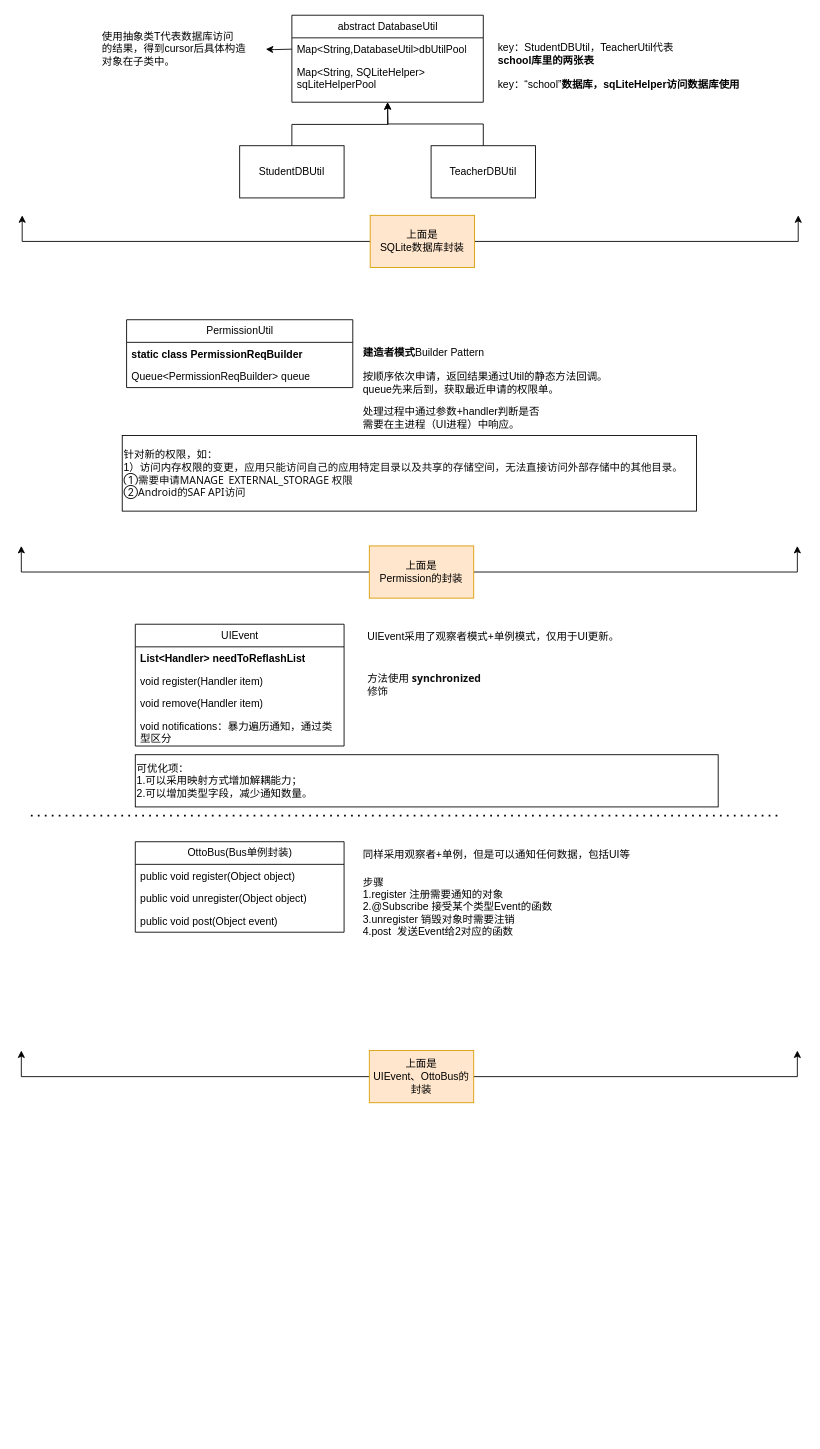
Earlier version of the draw.io diagram WorkRecord/项目相关问题.drawio (baizhu0414/Diagrams). Source tidied: cells renumbered, new cells numbered last; positions are measured from the earlier drawing's top-left corner, leaving out a move shared by most shapes. Both pictures are drawn from the tidied source at 87%, with x=0, y=0 at pixel (21, 15).
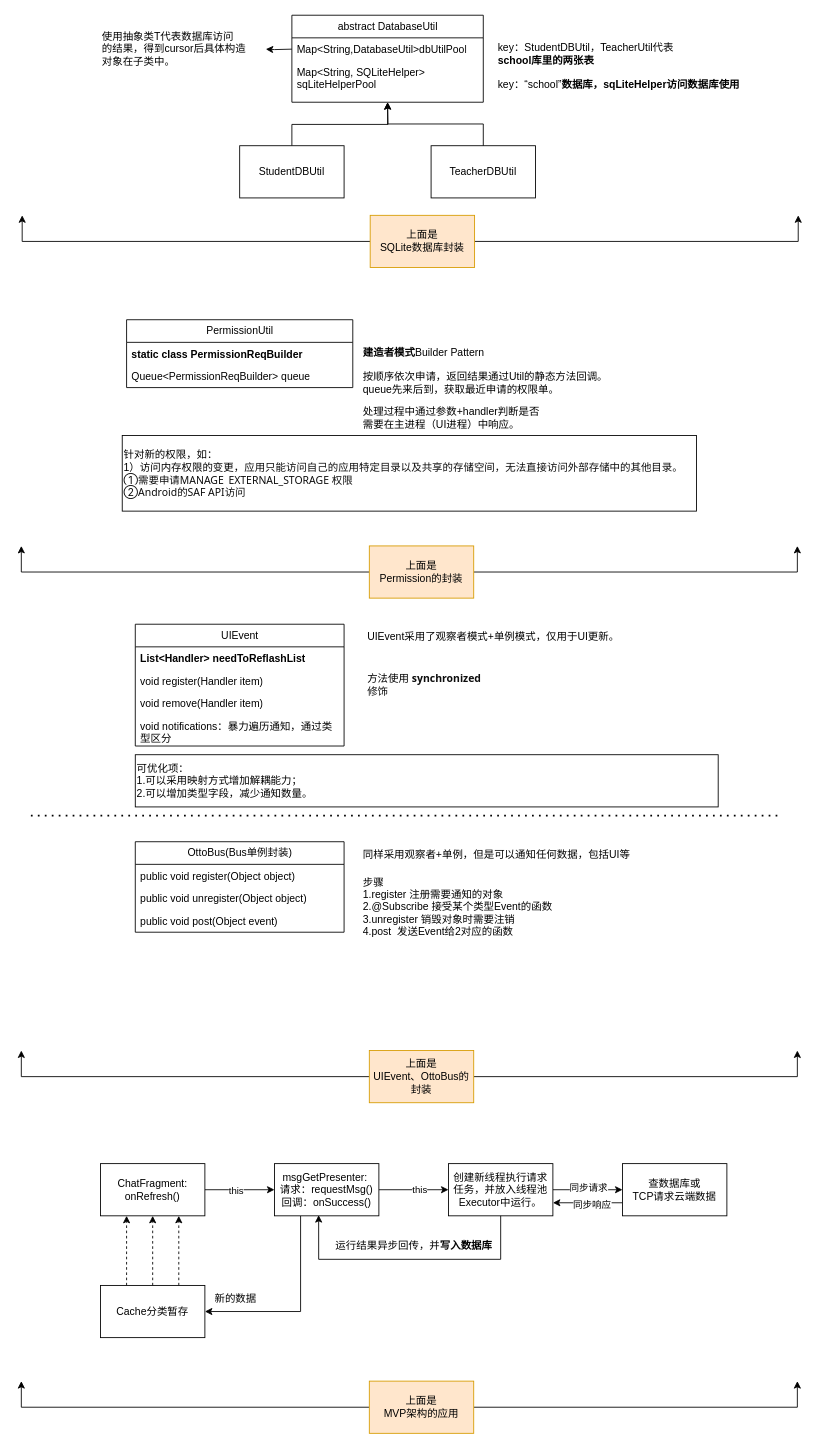
After the change.

Commit message:
更新项目相关问题.drawio

The edit, as a diff of the source:
```diff
@@
+    <mxCell id="44" style="edgeStyle=orthogonalEdgeStyle;rounded=0;jettySize=auto;html=1;" parent="1" edge="1" source="46" target="50">
+      <mxGeometry relative="1" as="geometry" />
+    </mxCell>
+    <mxCell id="45" value="this" style="edgeLabel;html=1;align=center;verticalAlign=middle;" parent="44" vertex="1">
+      <mxGeometry x="-0.13" relative="1" as="geometry" />
+    </mxCell>
+    <mxCell id="46" value="ChatFragment: onRefresh()" style="whiteSpace=wrap;html=1;" parent="1" vertex="1">
+      <mxGeometry x="91" y="1320" width="120" height="60" as="geometry" />
+    </mxCell>
+    <mxCell id="47" style="edgeStyle=orthogonalEdgeStyle;rounded=0;jettySize=auto;html=1;" parent="1" edge="1" source="50" target="53">
+      <mxGeometry relative="1" as="geometry" />
+    </mxCell>
+    <mxCell id="48" value="this" style="edgeLabel;html=1;align=center;verticalAlign=middle;" parent="47" vertex="1">
+      <mxGeometry x="0.14" y="1" relative="1" as="geometry" />
+    </mxCell>
+    <mxCell id="49" style="edgeStyle=orthogonalEdgeStyle;rounded=0;jettySize=auto;html=1;exitX=0.25;exitY=1;exitDx=0;exitDy=0;entryX=1;entryY=0.5;entryDx=0;entryDy=0;" parent="1" edge="1" source="50" target="66">
+      <mxGeometry relative="1" as="geometry">
+        <Array as="points">
+          <mxPoint x="321" y="1490" />
+        </Array>
+      </mxGeometry>
+    </mxCell>
+    <mxCell id="50" value="msgGetPresenter:&amp;nbsp;&lt;div&gt;请求：requestMsg()&lt;div&gt;回调：onSuccess()&lt;/div&gt;&lt;/div&gt;" style="whiteSpace=wrap;html=1;" parent="1" vertex="1">
+      <mxGeometry x="291" y="1320" width="120" height="60" as="geometry" />
+    </mxCell>
+    <mxCell id="51" style="edgeStyle=orthogonalEdgeStyle;rounded=0;jettySize=auto;html=1;" parent="1" edge="1" source="53" target="57">
+      <mxGeometry relative="1" as="geometry" />
+    </mxCell>
+    <mxCell id="52" value="同步请求" style="edgeLabel;html=1;align=center;verticalAlign=middle;" parent="51" vertex="1">
+      <mxGeometry x="-0.01" y="3" relative="1" as="geometry" />
+    </mxCell>
+    <mxCell id="53" value="创建新线程执行请求任务，并放入线程池Executor中运行。" style="whiteSpace=wrap;html=1;" parent="1" vertex="1">
+      <mxGeometry x="491" y="1320" width="120" height="60" as="geometry" />
+    </mxCell>
+    <mxCell id="54" value="运行结果异步回传，并&lt;b&gt;写入数据库&lt;/b&gt;" style="text;html=1;align=center;verticalAlign=middle;strokeColor=none;fillColor=none;" parent="1" vertex="1">
+      <mxGeometry x="351" y="1400" width="200" height="30" as="geometry" />
+    </mxCell>
+    <mxCell id="55" style="edgeStyle=orthogonalEdgeStyle;rounded=0;jettySize=auto;html=1;exitX=0;exitY=0.75;exitDx=0;exitDy=0;entryX=1;entryY=0.75;entryDx=0;entryDy=0;" parent="1" edge="1" source="57" target="53">
+      <mxGeometry relative="1" as="geometry" />
+    </mxCell>
+    <mxCell id="56" value="同步响应" style="edgeLabel;html=1;align=center;verticalAlign=middle;" parent="55" vertex="1">
+      <mxGeometry x="-0.1" y="1" relative="1" as="geometry" />
+    </mxCell>
+    <mxCell id="57" value="查数据库或&lt;div&gt;TCP请求云端数据&lt;/div&gt;" style="whiteSpace=wrap;html=1;" parent="1" vertex="1">
+      <mxGeometry x="691" y="1320" width="120" height="60" as="geometry" />
+    </mxCell>
+    <mxCell id="58" style="edgeStyle=orthogonalEdgeStyle;rounded=0;jettySize=auto;html=1;exitX=0.5;exitY=1;exitDx=0;exitDy=0;entryX=0.423;entryY=0.987;entryDx=0;entryDy=0;entryPerimeter=0;" parent="1" edge="1" source="53" target="50">
+      <mxGeometry relative="1" as="geometry">
+        <Array as="points">
+          <mxPoint x="551" y="1430" />
+          <mxPoint x="342" y="1430" />
+        </Array>
+      </mxGeometry>
+    </mxCell>
+    <mxCell id="59" value="新的数据" style="text;html=1;align=center;verticalAlign=middle;strokeColor=none;fillColor=none;" parent="1" vertex="1">
+      <mxGeometry x="211" y="1460" width="70" height="30" as="geometry" />
+    </mxCell>
+    <mxCell id="60" style="edgeStyle=orthogonalEdgeStyle;rounded=0;jettySize=auto;html=1;exitX=0;exitY=0.5;exitDx=0;exitDy=0;" parent="1" edge="1" source="62">
+      <mxGeometry relative="1" as="geometry">
+        <mxPoint y="1570" as="targetPoint" />
+        <Array as="points">
+          <mxPoint y="1600" />
+        </Array>
+      </mxGeometry>
+    </mxCell>
+    <mxCell id="61" style="edgeStyle=orthogonalEdgeStyle;rounded=0;jettySize=auto;html=1;exitX=1;exitY=0.5;exitDx=0;exitDy=0;" parent="1" edge="1" source="62">
+      <mxGeometry relative="1" as="geometry">
+        <mxPoint x="892" y="1570" as="targetPoint" />
+        <Array as="points">
+          <mxPoint x="892" y="1600" />
+        </Array>
+      </mxGeometry>
+    </mxCell>
+    <mxCell id="62" value="&lt;div&gt;上面是&lt;/div&gt;MVP架构的应用" style="whiteSpace=wrap;html=1;fillColor=#ffe6cc;strokeColor=#d79b00;" parent="1" vertex="1">
+      <mxGeometry x="400" y="1570" width="120" height="60" as="geometry" />
+    </mxCell>
+    <mxCell id="63" style="edgeStyle=orthogonalEdgeStyle;rounded=0;jettySize=auto;html=1;exitX=0.5;exitY=0;exitDx=0;exitDy=0;entryX=0.5;entryY=1;entryDx=0;entryDy=0;dashed=1;" parent="1" edge="1" source="66" target="46">
+      <mxGeometry relative="1" as="geometry" />
+    </mxCell>
+    <mxCell id="64" style="edgeStyle=orthogonalEdgeStyle;rounded=0;jettySize=auto;html=1;exitX=0.25;exitY=0;exitDx=0;exitDy=0;entryX=0.25;entryY=1;entryDx=0;entryDy=0;dashed=1;" parent="1" edge="1" source="66" target="46">
+      <mxGeometry relative="1" as="geometry" />
+    </mxCell>
+    <mxCell id="65" style="edgeStyle=orthogonalEdgeStyle;rounded=0;jettySize=auto;html=1;exitX=0.75;exitY=0;exitDx=0;exitDy=0;entryX=0.75;entryY=1;entryDx=0;entryDy=0;dashed=1;" parent="1" edge="1" source="66" target="46">
+      <mxGeometry relative="1" as="geometry" />
+    </mxCell>
+    <mxCell id="66" value="Cache分类暂存" style="whiteSpace=wrap;html=1;" parent="1" vertex="1">
+      <mxGeometry x="91" y="1460" width="120" height="60" as="geometry" />
+    </mxCell>
```
